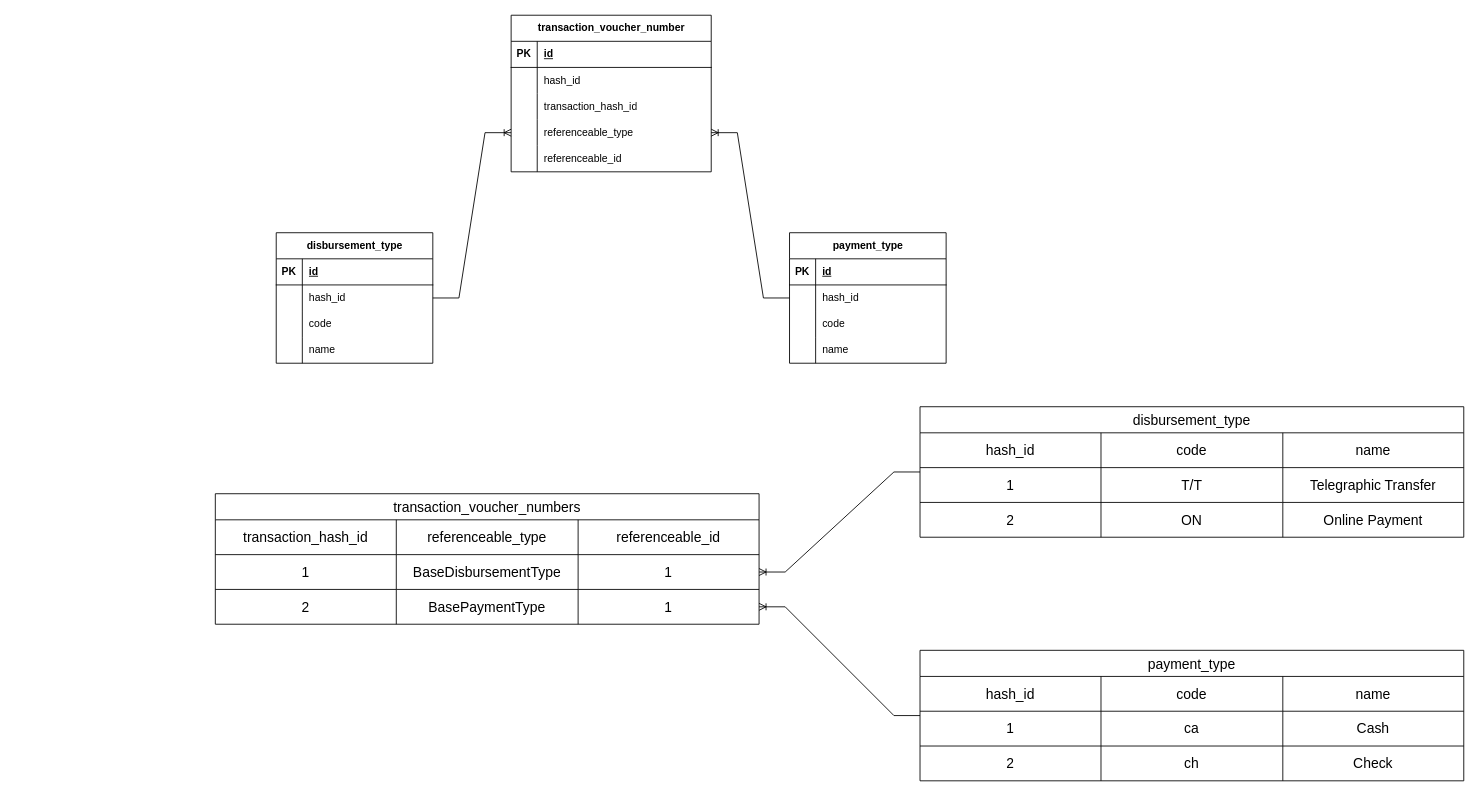
elite-mandy/diagrams keeps this draw.io diagram as transaction_number_vouchers_polymorphic_table.drawio. Above is the earlier version. Source tidied: cells renumbered, new cells numbered last; positions are measured from the earlier drawing's top-left corner, leaving out a move shared by most shapes. Both pictures are drawn from the tidied source at 87%, with x=0, y=0 at pixel (215, 15).
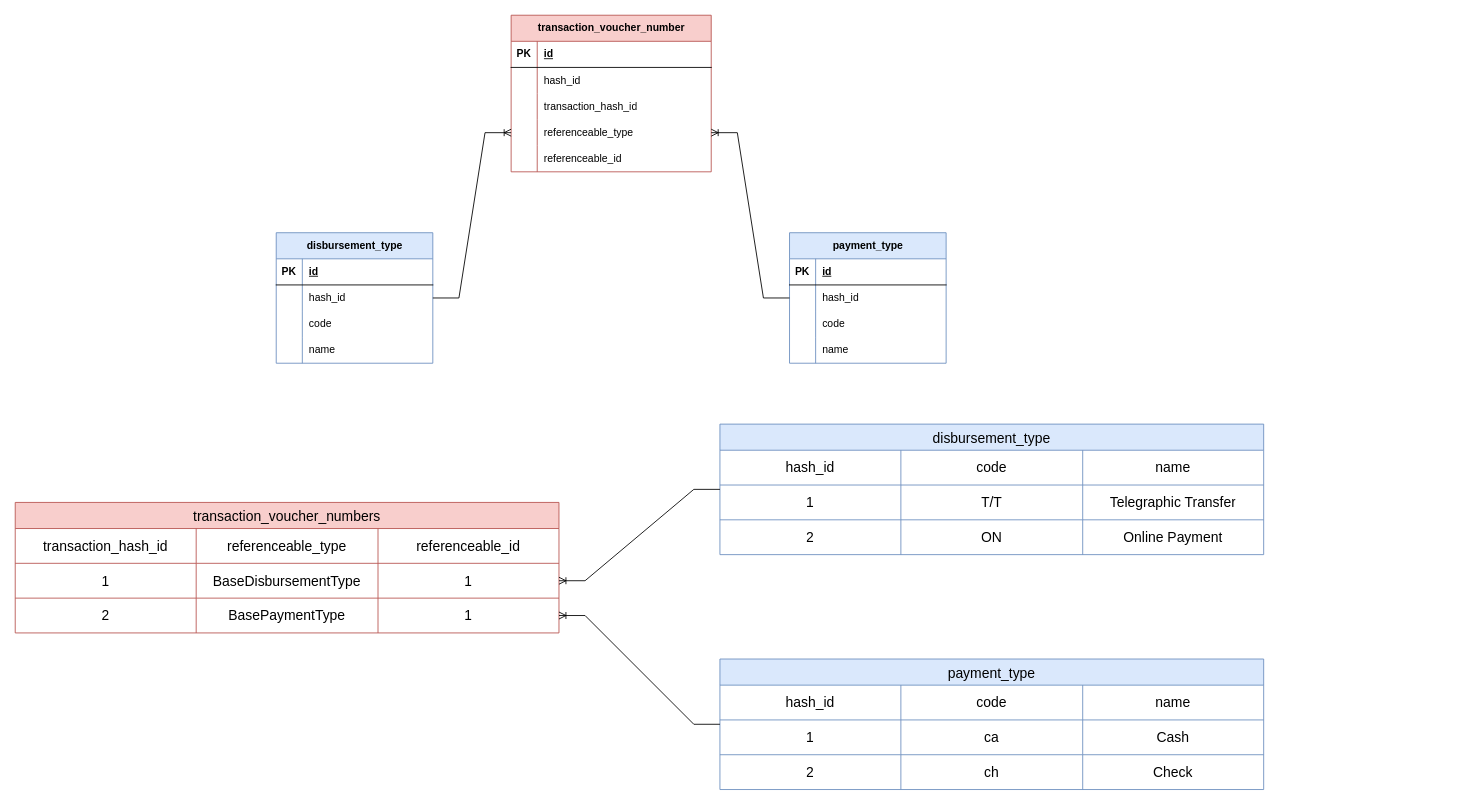
After the change.

The edit, as a diff of the source:
```diff
@@
-    <mxCell id="2" value="transaction_voucher_number" style="shape=table;startSize=30;childLayout=tableLayout;rowLines=0;fontStyle=1;align=center;html=1;" parent="1" vertex="1">
+    <mxCell id="2" value="transaction_voucher_number" style="shape=table;startSize=30;childLayout=tableLayout;rowLines=0;fontStyle=1;align=center;html=1;fillColor=#f8cecc;strokeColor=#b85450;" parent="1" vertex="1">
       <mxGeometry x="340" width="230" height="180" as="geometry" />
     </mxCell>
@@
-    <mxCell id="18" value="disbursement_type" style="shape=table;startSize=30;childLayout=tableLayout;rowLines=0;fontStyle=1;align=center;html=1;" parent="1" vertex="1">
+    <mxCell id="18" value="disbursement_type" style="shape=table;startSize=30;childLayout=tableLayout;rowLines=0;fontStyle=1;align=center;html=1;fillColor=#dae8fc;strokeColor=#6c8ebf;" parent="1" vertex="1">
       <mxGeometry x="70" y="250" width="180" height="150" as="geometry" />
     </mxCell>
@@
-    <mxCell id="31" value="payment_type" style="shape=table;startSize=30;childLayout=tableLayout;rowLines=0;fontStyle=1;align=center;html=1;" parent="1" vertex="1">
+    <mxCell id="31" value="payment_type" style="shape=table;startSize=30;childLayout=tableLayout;rowLines=0;fontStyle=1;align=center;html=1;fillColor=#dae8fc;strokeColor=#6c8ebf;" parent="1" vertex="1">
       <mxGeometry x="660" y="250" width="180" height="150" as="geometry" />
     </mxCell>
@@
-    <mxCell id="46" value="transaction_voucher_numbers" style="shape=table;startSize=30;childLayout=tableLayout;strokeColor=default;fontSize=16;" parent="1" vertex="1">
-      <mxGeometry y="550" width="625" height="150" as="geometry" />
+    <mxCell id="46" value="transaction_voucher_numbers" style="shape=table;startSize=30;childLayout=tableLayout;strokeColor=#b85450;fontSize=16;fillColor=#f8cecc;" parent="1" vertex="1">
+      <mxGeometry x="-230" y="560" width="625" height="150" as="geometry" />
     </mxCell>
@@
-    <mxCell id="59" value="disbursement_type" style="shape=table;startSize=30;childLayout=tableLayout;strokeColor=default;fontSize=16;" parent="1" vertex="1">
-      <mxGeometry x="810" y="450" width="625" height="150" as="geometry" />
+    <mxCell id="59" value="disbursement_type" style="shape=table;startSize=30;childLayout=tableLayout;strokeColor=#6c8ebf;fontSize=16;fillColor=#dae8fc;" parent="1" vertex="1">
+      <mxGeometry x="580" y="470" width="625" height="150" as="geometry" />
     </mxCell>
@@
-    <mxCell id="72" value="payment_type" style="shape=table;startSize=30;childLayout=tableLayout;strokeColor=default;fontSize=16;" parent="1" vertex="1">
-      <mxGeometry x="810" y="730" width="625" height="150" as="geometry" />
+    <mxCell id="72" value="payment_type" style="shape=table;startSize=30;childLayout=tableLayout;strokeColor=#6c8ebf;fontSize=16;fillColor=#dae8fc;" parent="1" vertex="1">
+      <mxGeometry x="580" y="740" width="625" height="150" as="geometry" />
     </mxCell>
```
